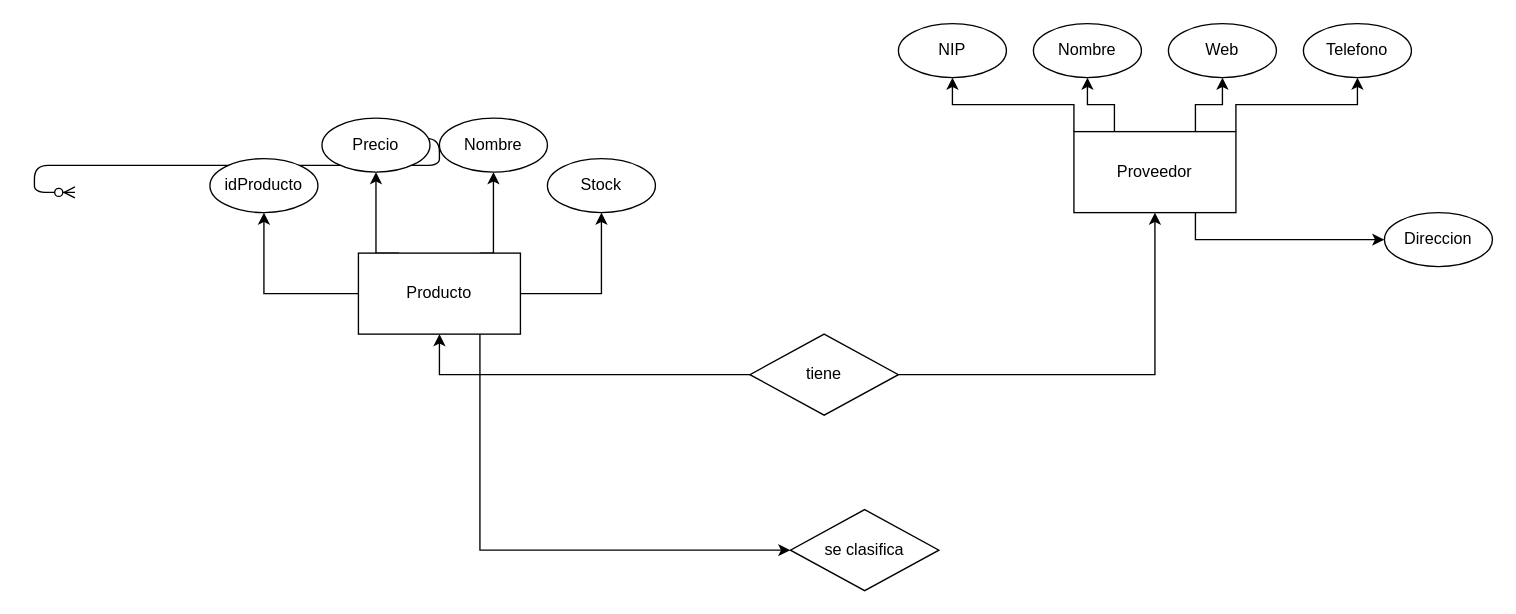
LuisMarioCarrioniBlanco/importtech keeps this draw.io diagram as Diagrama Import Tech.drawio. Above is the earlier version. Source tidied: cells renumbered, new cells numbered last; positions are measured from the earlier drawing's top-left corner, leaving out a move shared by most shapes. Both pictures are drawn from the tidied source at 135%, with x=0, y=0 at pixel (74, 23).
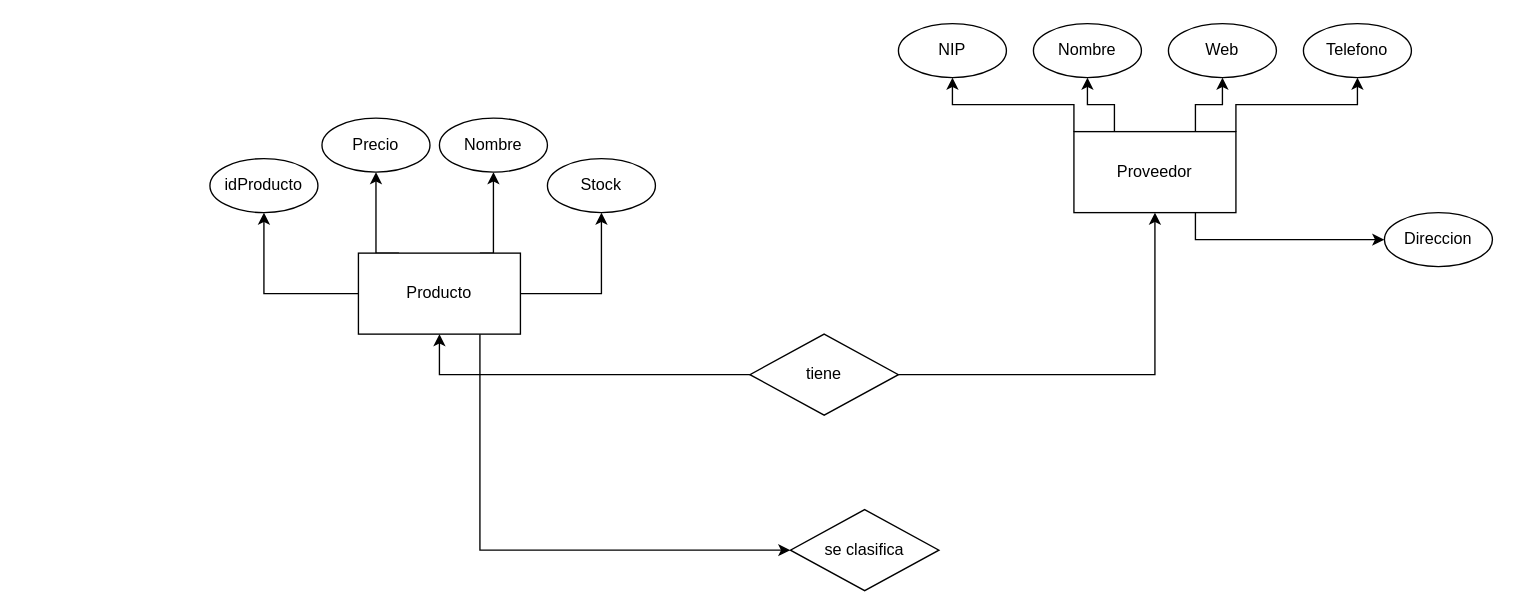
Above is the later version.

What changed in the source:
```diff
@@
-    <mxCell id="2" style="edgeStyle=entityRelationEdgeStyle;endArrow=ERzeroToMany;startArrow=ERone;endFill=1;startFill=0;" parent="1" edge="1">
-      <mxGeometry relative="1" as="geometry">
-        <mxPoint x="240" y="85" as="sourcePoint" />
-        <mxPoint y="125" as="targetPoint" />
-      </mxGeometry>
-    </mxCell>
```
